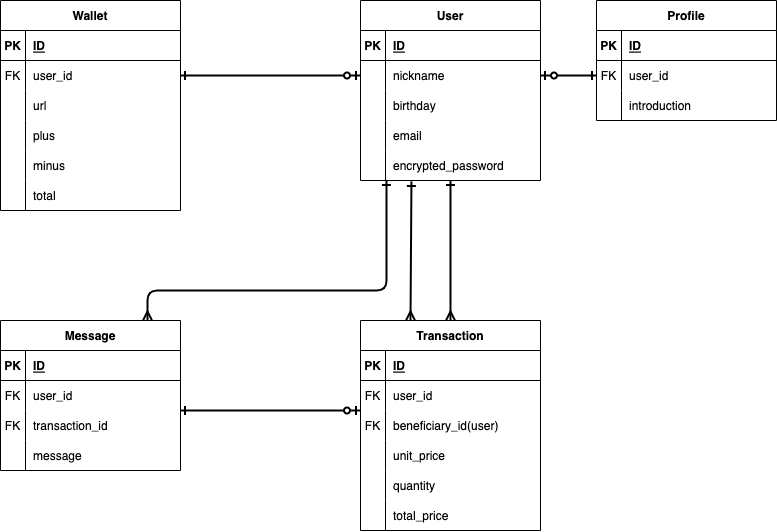
The draw.io diagram .drawio.png in KayKawa/moji-wallet, before a commit. Source tidied: cells renumbered, new cells last; positions are measured from the earlier drawing's top-left corner, leaving out a move shared by most shapes.
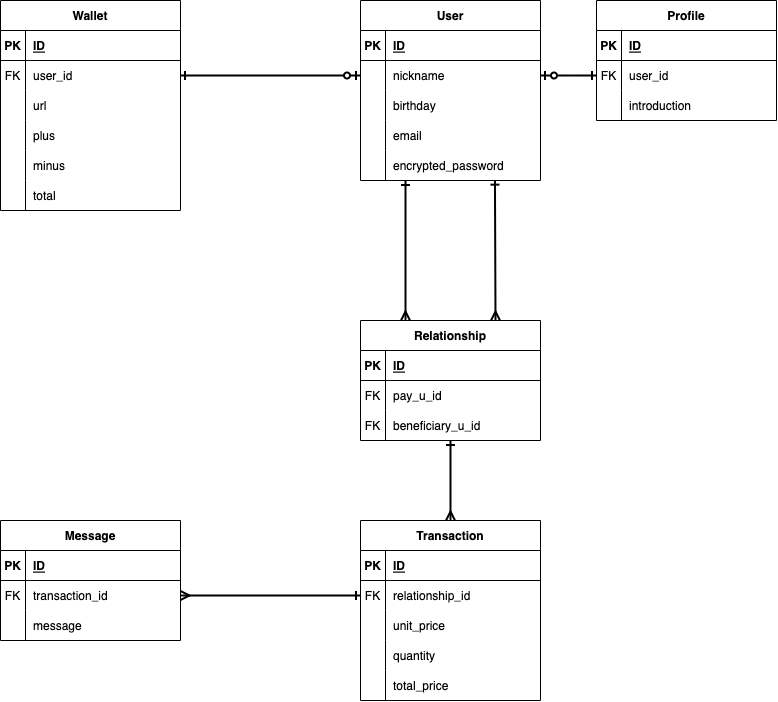
After the commit.

Diff of the diagram source:
```diff
@@ -5,9 +5,12 @@
     <mxCell id="2" style="edgeStyle=none;html=1;exitX=1;exitY=0.5;exitDx=0;exitDy=0;entryX=0;entryY=0.5;entryDx=0;entryDy=0;strokeWidth=2;endArrow=ERone;endFill=0;startArrow=ERzeroToOne;startFill=0;" parent="1" edge="1" source="8" target="24">
       <mxGeometry relative="1" as="geometry" />
     </mxCell>
-    <mxCell id="3" style="edgeStyle=none;html=1;entryX=0.5;entryY=0;entryDx=0;entryDy=0;startArrow=ERone;startFill=0;endArrow=ERmany;endFill=0;strokeWidth=2;" parent="1" edge="1" source="4" target="49">
-      <mxGeometry relative="1" as="geometry" />
-    </mxCell>
+    <mxCell id="85" style="edgeStyle=none;html=1;entryX=0.75;entryY=0;entryDx=0;entryDy=0;startArrow=ERone;startFill=0;endArrow=ERmany;endFill=0;strokeWidth=2;exitX=0.747;exitY=0.988;exitDx=0;exitDy=0;exitPerimeter=0;" parent="1" edge="1" source="17" target="88">
+      <mxGeometry relative="1" as="geometry" />
+    </mxCell>
+    <mxCell id="86" style="edgeStyle=none;html=1;entryX=0.25;entryY=0;entryDx=0;entryDy=0;startArrow=ERone;startFill=0;endArrow=ERmany;endFill=0;strokeWidth=2;exitX=0.25;exitY=1;exitDx=0;exitDy=0;exitPerimeter=0;" parent="1" edge="1" source="17" target="88">
+      <mxGeometry relative="1" as="geometry" />
+    </mxCell>
     <mxCell id="4" value="User" style="shape=table;startSize=30;rowLines=0;fontStyle=1;align=center;" parent="1" vertex="1">
       <mxGeometry x="360" width="180" height="180" as="geometry" />
     </mxCell>
@@ -144,7 +147,7 @@
       <mxGeometry x="25" width="155" height="30" as="geometry" />
     </mxCell>
     <mxCell id="49" value="Transaction" style="shape=table;startSize=30;rowLines=0;fontStyle=1;align=center;" parent="1" vertex="1">
-      <mxGeometry x="360" y="320" width="180" height="210" as="geometry" />
+      <mxGeometry x="360" y="520" width="180" height="180" as="geometry" />
     </mxCell>
     <mxCell id="50" style="shape=partialRectangle;fillColor=none;top=0;left=0;bottom=1;right=0;" parent="49" vertex="1">
       <mxGeometry y="30" width="180" height="30" as="geometry" />
@@ -161,20 +164,11 @@
     <mxCell id="54" value="FK" style="shape=partialRectangle;fillColor=none;top=0;left=0;bottom=0;right=0;overflow=hidden;" parent="53" vertex="1">
       <mxGeometry width="25" height="30" as="geometry" />
     </mxCell>
-    <mxCell id="55" value="user_id" style="shape=partialRectangle;fillColor=none;top=0;left=0;bottom=0;right=0;align=left;spacingLeft=6;overflow=hidden;" parent="53" vertex="1">
+    <mxCell id="55" value="relationship_id" style="shape=partialRectangle;fillColor=none;top=0;left=0;bottom=0;right=0;align=left;spacingLeft=6;overflow=hidden;" parent="53" vertex="1">
       <mxGeometry x="25" width="155" height="30" as="geometry" />
     </mxCell>
-    <mxCell id="56" style="shape=partialRectangle;fillColor=none;top=0;left=0;bottom=0;right=0;" parent="49" vertex="1">
-      <mxGeometry y="90" width="180" height="30" as="geometry" />
-    </mxCell>
-    <mxCell id="57" value="FK" style="shape=partialRectangle;fillColor=none;top=0;left=0;bottom=0;right=0;overflow=hidden;" parent="56" vertex="1">
-      <mxGeometry width="25" height="30" as="geometry" />
-    </mxCell>
-    <mxCell id="58" value="beneficiary_id(user)" style="shape=partialRectangle;fillColor=none;top=0;left=0;bottom=0;right=0;align=left;spacingLeft=6;overflow=hidden;" parent="56" vertex="1">
-      <mxGeometry x="25" width="155" height="30" as="geometry" />
-    </mxCell>
     <mxCell id="59" style="shape=partialRectangle;fillColor=none;top=0;left=0;bottom=0;right=0;" parent="49" vertex="1">
-      <mxGeometry y="120" width="180" height="30" as="geometry" />
+      <mxGeometry y="90" width="180" height="30" as="geometry" />
     </mxCell>
     <mxCell id="60" style="shape=partialRectangle;fillColor=none;top=0;left=0;bottom=0;right=0;overflow=hidden;" parent="59" vertex="1">
       <mxGeometry width="25" height="30" as="geometry" />
@@ -183,7 +177,7 @@
       <mxGeometry x="25" width="155" height="30" as="geometry" />
     </mxCell>
     <mxCell id="62" style="shape=partialRectangle;fillColor=none;top=0;left=0;bottom=0;right=0;" parent="49" vertex="1">
-      <mxGeometry y="150" width="180" height="30" as="geometry" />
+      <mxGeometry y="120" width="180" height="30" as="geometry" />
     </mxCell>
     <mxCell id="63" style="shape=partialRectangle;fillColor=none;top=0;left=0;bottom=0;right=0;overflow=hidden;" parent="62" vertex="1">
       <mxGeometry width="25" height="30" as="geometry" />
@@ -192,7 +186,7 @@
       <mxGeometry x="25" width="155" height="30" as="geometry" />
     </mxCell>
     <mxCell id="65" style="shape=partialRectangle;fillColor=none;top=0;left=0;bottom=0;right=0;" parent="49" vertex="1">
-      <mxGeometry y="180" width="180" height="30" as="geometry" />
+      <mxGeometry y="150" width="180" height="30" as="geometry" />
     </mxCell>
     <mxCell id="66" style="shape=partialRectangle;fillColor=none;top=0;left=0;bottom=0;right=0;overflow=hidden;" parent="65" vertex="1">
       <mxGeometry width="25" height="30" as="geometry" />
@@ -201,7 +195,7 @@
       <mxGeometry x="25" width="155" height="30" as="geometry" />
     </mxCell>
     <mxCell id="68" value="Message" style="shape=table;startSize=30;rowLines=0;fontStyle=1;align=center;" parent="1" vertex="1">
-      <mxGeometry y="320" width="180" height="150" as="geometry" />
+      <mxGeometry y="520" width="180" height="120" as="geometry" />
     </mxCell>
     <mxCell id="69" style="shape=partialRectangle;fillColor=none;top=0;left=0;bottom=1;right=0;" parent="68" vertex="1">
       <mxGeometry y="30" width="180" height="30" as="geometry" />
@@ -218,20 +212,11 @@
     <mxCell id="73" value="FK" style="shape=partialRectangle;fillColor=none;top=0;left=0;bottom=0;right=0;overflow=hidden;" parent="72" vertex="1">
       <mxGeometry width="25" height="30" as="geometry" />
     </mxCell>
-    <mxCell id="74" value="user_id" style="shape=partialRectangle;fillColor=none;top=0;left=0;bottom=0;right=0;align=left;spacingLeft=6;overflow=hidden;" parent="72" vertex="1">
+    <mxCell id="74" value="transaction_id" style="shape=partialRectangle;fillColor=none;top=0;left=0;bottom=0;right=0;align=left;spacingLeft=6;overflow=hidden;" parent="72" vertex="1">
       <mxGeometry x="25" width="155" height="30" as="geometry" />
     </mxCell>
-    <mxCell id="75" style="shape=partialRectangle;fillColor=none;top=0;left=0;bottom=0;right=0;" parent="68" vertex="1">
-      <mxGeometry y="90" width="180" height="30" as="geometry" />
-    </mxCell>
-    <mxCell id="76" value="FK" style="shape=partialRectangle;fillColor=none;top=0;left=0;bottom=0;right=0;overflow=hidden;" parent="75" vertex="1">
-      <mxGeometry width="25" height="30" as="geometry" />
-    </mxCell>
-    <mxCell id="77" value="transaction_id" style="shape=partialRectangle;fillColor=none;top=0;left=0;bottom=0;right=0;align=left;spacingLeft=6;overflow=hidden;" parent="75" vertex="1">
-      <mxGeometry x="25" width="155" height="30" as="geometry" />
-    </mxCell>
     <mxCell id="78" style="shape=partialRectangle;fillColor=none;top=0;left=0;bottom=0;right=0;" parent="68" vertex="1">
-      <mxGeometry y="120" width="180" height="30" as="geometry" />
+      <mxGeometry y="90" width="180" height="30" as="geometry" />
     </mxCell>
     <mxCell id="79" style="shape=partialRectangle;fillColor=none;top=0;left=0;bottom=0;right=0;overflow=hidden;" parent="78" vertex="1">
       <mxGeometry width="25" height="30" as="geometry" />
@@ -242,25 +227,41 @@
     <mxCell id="81" style="edgeStyle=none;html=1;exitX=0;exitY=0.5;exitDx=0;exitDy=0;entryX=1;entryY=0.5;entryDx=0;entryDy=0;startArrow=ERzeroToOne;startFill=0;endArrow=ERone;endFill=0;strokeWidth=2;" parent="1" edge="1" source="8" target="34">
       <mxGeometry relative="1" as="geometry" />
     </mxCell>
-    <mxCell id="82" style="edgeStyle=none;html=1;entryX=0.5;entryY=0;entryDx=0;entryDy=0;startArrow=ERone;startFill=0;endArrow=ERmany;endFill=0;strokeWidth=2;exitX=0.283;exitY=1.033;exitDx=0;exitDy=0;exitPerimeter=0;" parent="1" edge="1" source="17">
-      <mxGeometry relative="1" as="geometry">
-        <mxPoint x="410" y="320" as="targetPoint" />
-      </mxGeometry>
-    </mxCell>
-    <mxCell id="83" style="edgeStyle=none;html=1;exitX=0;exitY=0.5;exitDx=0;exitDy=0;entryX=1;entryY=0.5;entryDx=0;entryDy=0;startArrow=ERzeroToOne;startFill=0;endArrow=ERone;endFill=0;strokeWidth=2;" parent="1" edge="1">
-      <mxGeometry relative="1" as="geometry">
-        <mxPoint x="360" y="410" as="sourcePoint" />
-        <mxPoint x="180" y="410" as="targetPoint" />
-      </mxGeometry>
-    </mxCell>
-    <mxCell id="84" style="edgeStyle=none;html=1;exitX=0.144;exitY=1;exitDx=0;exitDy=0;startArrow=ERone;startFill=0;endArrow=ERmany;endFill=0;strokeWidth=2;exitPerimeter=0;" parent="1" edge="1" source="17">
-      <mxGeometry relative="1" as="geometry">
-        <mxPoint x="147" y="320" as="targetPoint" />
-        <Array as="points">
-          <mxPoint x="386" y="290" />
-          <mxPoint x="147" y="290" />
-        </Array>
-      </mxGeometry>
-    </mxCell>
+    <mxCell id="87" style="edgeStyle=none;html=1;entryX=0.5;entryY=0;entryDx=0;entryDy=0;startArrow=ERone;startFill=0;endArrow=ERmany;endFill=0;strokeWidth=2;" parent="1" edge="1" source="88" target="49">
+      <mxGeometry relative="1" as="geometry" />
+    </mxCell>
+    <mxCell id="88" value="Relationship" style="shape=table;startSize=30;rowLines=0;fontStyle=1;align=center;" parent="1" vertex="1">
+      <mxGeometry x="360" y="320" width="180" height="120" as="geometry" />
+    </mxCell>
+    <mxCell id="89" style="shape=partialRectangle;fillColor=none;top=0;left=0;bottom=1;right=0;" parent="88" vertex="1">
+      <mxGeometry y="30" width="180" height="30" as="geometry" />
+    </mxCell>
+    <mxCell id="90" value="PK" style="shape=partialRectangle;fillColor=none;top=0;left=0;bottom=0;right=0;fontStyle=1;overflow=hidden;" parent="89" vertex="1">
+      <mxGeometry width="25" height="30" as="geometry" />
+    </mxCell>
+    <mxCell id="91" value="ID" style="shape=partialRectangle;fillColor=none;top=0;left=0;bottom=0;right=0;align=left;spacingLeft=6;fontStyle=5;overflow=hidden;" parent="89" vertex="1">
+      <mxGeometry x="25" width="155" height="30" as="geometry" />
+    </mxCell>
+    <mxCell id="92" style="shape=partialRectangle;fillColor=none;top=0;left=0;bottom=0;right=0;" parent="88" vertex="1">
+      <mxGeometry y="60" width="180" height="30" as="geometry" />
+    </mxCell>
+    <mxCell id="93" value="FK" style="shape=partialRectangle;fillColor=none;top=0;left=0;bottom=0;right=0;overflow=hidden;" parent="92" vertex="1">
+      <mxGeometry width="25" height="30" as="geometry" />
+    </mxCell>
+    <mxCell id="94" value="pay_u_id" style="shape=partialRectangle;fillColor=none;top=0;left=0;bottom=0;right=0;align=left;spacingLeft=6;overflow=hidden;" parent="92" vertex="1">
+      <mxGeometry x="25" width="155" height="30" as="geometry" />
+    </mxCell>
+    <mxCell id="95" style="shape=partialRectangle;fillColor=none;top=0;left=0;bottom=0;right=0;" parent="88" vertex="1">
+      <mxGeometry y="90" width="180" height="30" as="geometry" />
+    </mxCell>
+    <mxCell id="96" value="FK" style="shape=partialRectangle;fillColor=none;top=0;left=0;bottom=0;right=0;overflow=hidden;" parent="95" vertex="1">
+      <mxGeometry width="25" height="30" as="geometry" />
+    </mxCell>
+    <mxCell id="97" value="beneficiary_u_id" style="shape=partialRectangle;fillColor=none;top=0;left=0;bottom=0;right=0;align=left;spacingLeft=6;overflow=hidden;" parent="95" vertex="1">
+      <mxGeometry x="25" width="155" height="30" as="geometry" />
+    </mxCell>
+    <mxCell id="98" style="edgeStyle=none;html=1;entryX=1;entryY=0.5;entryDx=0;entryDy=0;startArrow=ERone;startFill=0;endArrow=ERmany;endFill=0;strokeWidth=2;" parent="1" edge="1" source="53" target="72">
+      <mxGeometry relative="1" as="geometry" />
+    </mxCell>
   </root>
 </mxGraphModel>
```
